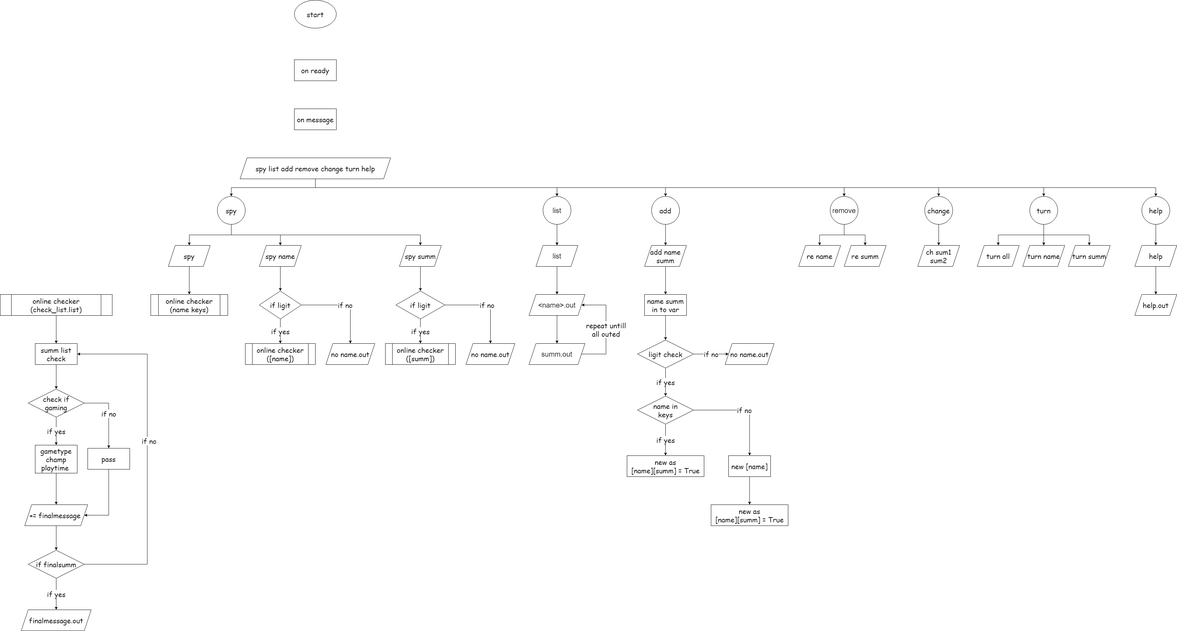
Earlier version of the draw.io export Project/Discord_Bot_LOL_online_checker/flowchart.png (KimbobHeaven/STUDY). Source tidied: cells renumbered, new cells last; positions are measured from the earlier drawing's top-left corner, leaving out a move shared by most shapes.
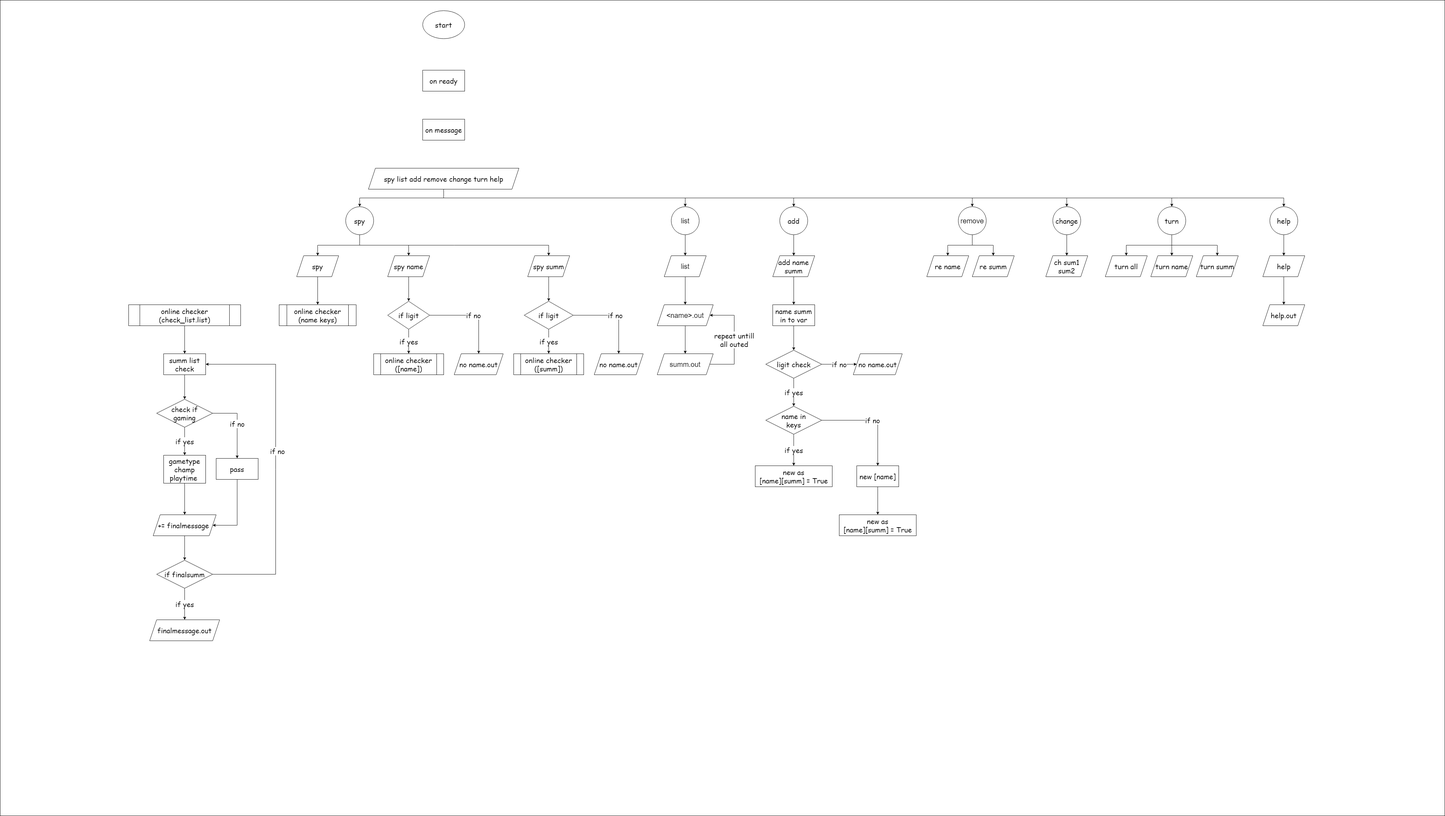
Later version of the same file.

What changed in the source:
```diff
@@ -2,6 +2,9 @@
   <root>
     <mxCell id="0" />
     <mxCell id="1" parent="0" />
+    <mxCell id="97" style="rounded=0;whiteSpace=wrap;html=1;labelBackgroundColor=none;fontFamily=Comic Sans MS;fontSize=20;" parent="1" vertex="1">
+      <mxGeometry x="-367" y="-30" width="4127" height="2330" as="geometry" />
+    </mxCell>
     <mxCell id="2" value="&lt;font style=&quot;font-size: 20px;&quot;&gt;start&lt;/font&gt;" style="ellipse;whiteSpace=wrap;html=1;fontSize=20;fontFamily=Comic Sans MS;fontStyle=0;labelBackgroundColor=none;" parent="1" vertex="1">
       <mxGeometry x="840" width="120" height="80" as="geometry" />
     </mxCell>
```
